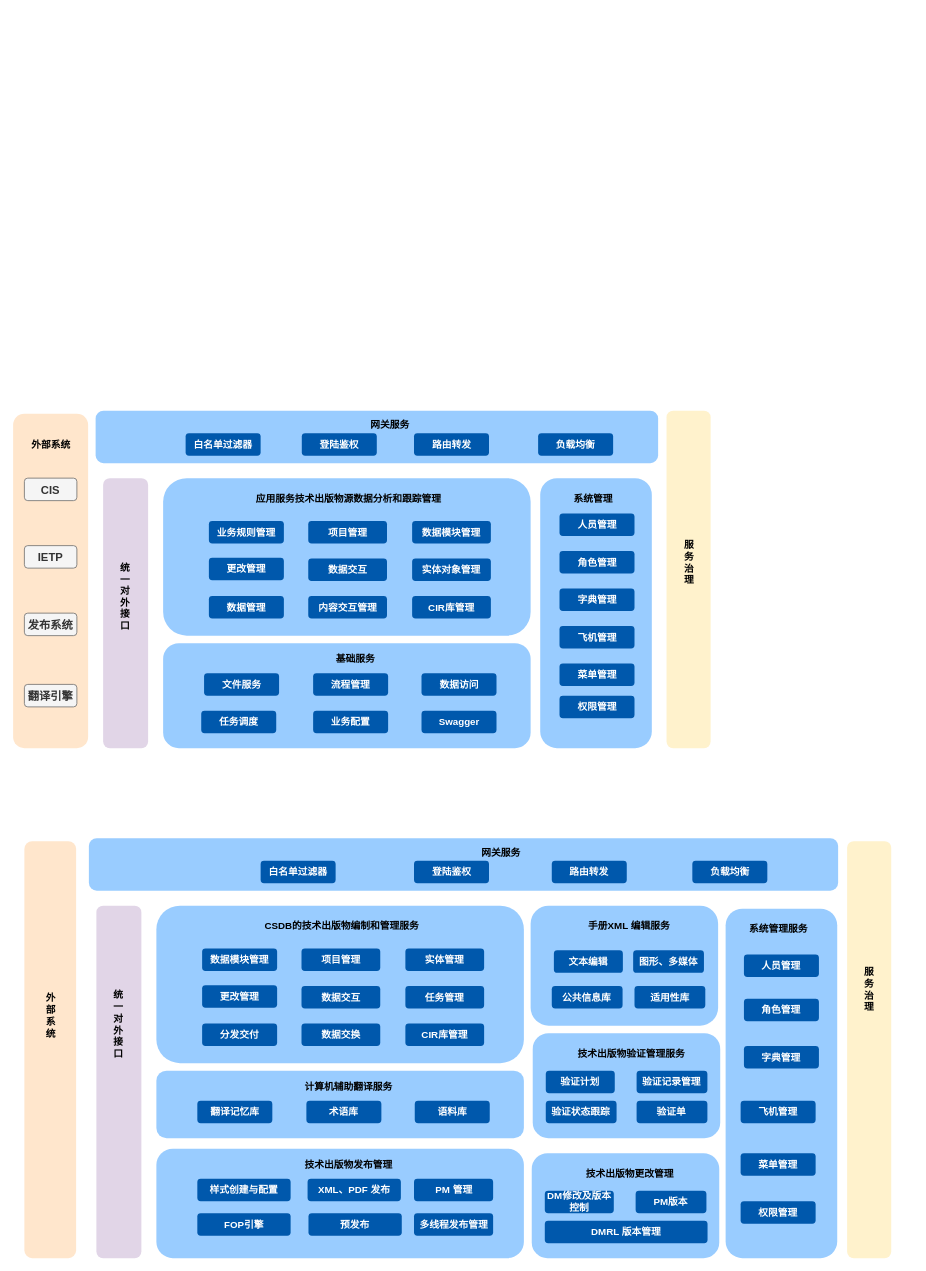
Before: 机载共性/机载共性应用架构.drawio in DemonHan/KuickBuy, a draw.io diagram. Source tidied: cells renumbered, new cells numbered last; positions are measured from the earlier drawing's top-left corner, leaving out a move shared by most shapes. Both pictures are drawn from the tidied source at 75%, with x=0, y=0 at pixel (13, 410).
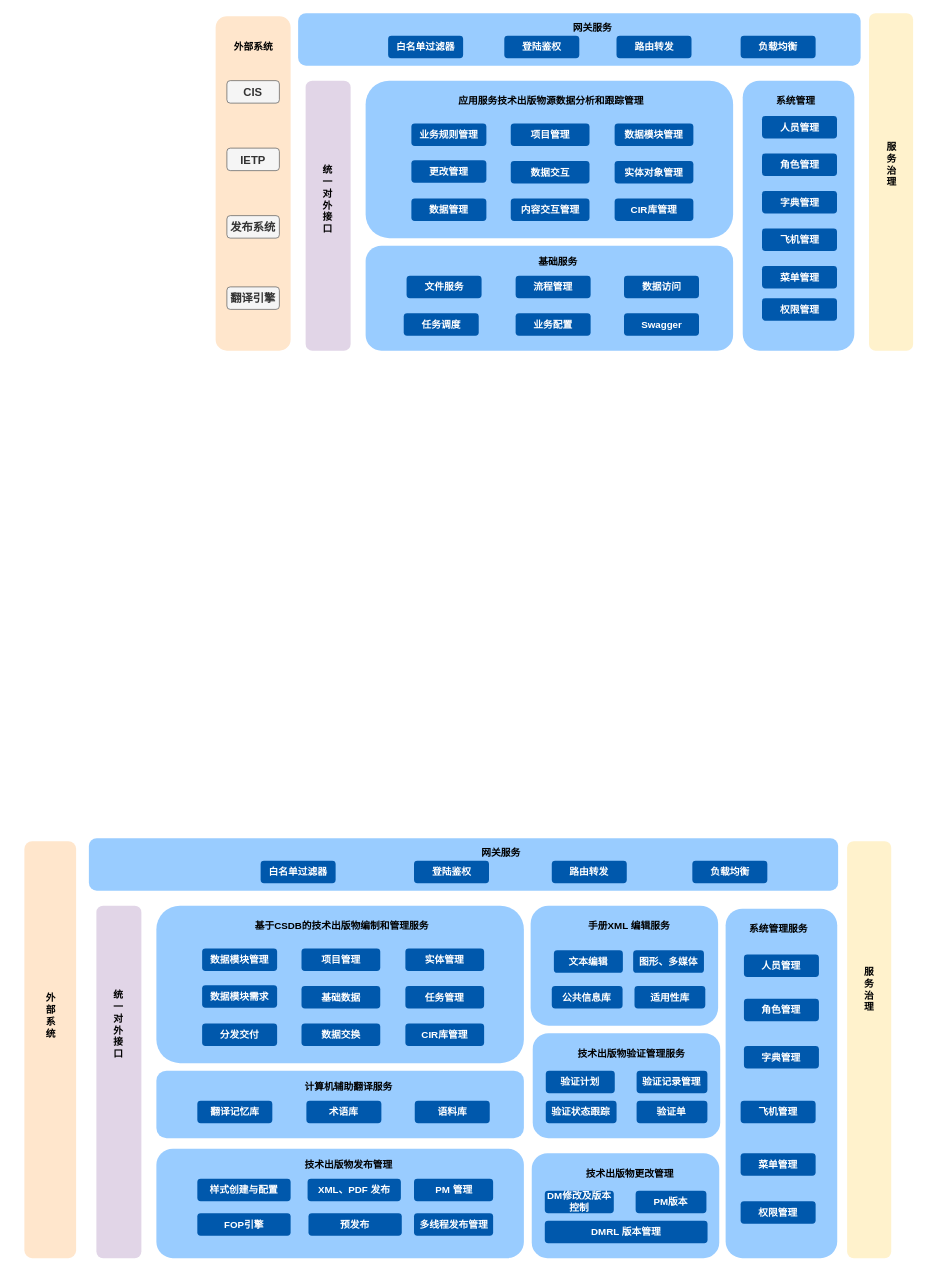
Above is the later version.

Commit message (it also covers changes not shown here):
更新机载共性应用架构.drawio

Change to the diagram source:
```diff
@@
     <mxCell id="2" style="rounded=1;whiteSpace=wrap;html=1;fillColor=#99CCFF;strokeColor=none;" parent="1" vertex="1">
-      <mxGeometry x="200" y="310" width="490" height="140" as="geometry" />
+      <mxGeometry x="470" y="-220" width="490" height="140" as="geometry" />
     </mxCell>
     <mxCell id="3" value="基础服务" style="text;html=1;align=center;verticalAlign=middle;strokeColor=none;fillColor=none;fontStyle=1;fontSize=13;" parent="1" vertex="1">
-      <mxGeometry x="416" y="316" width="80" height="30" as="geometry" />
+      <mxGeometry x="686" y="-214" width="80" height="30" as="geometry" />
     </mxCell>
     <mxCell id="4" value="文件服务" style="rounded=1;whiteSpace=wrap;html=1;fontStyle=1;fontSize=13;strokeColor=none;fillColor=#0058AC;fontColor=#FFFFFF;" parent="1" vertex="1">
-      <mxGeometry x="254.6" y="350" width="100" height="30" as="geometry" />
+      <mxGeometry x="524.6" y="-180" width="100" height="30" as="geometry" />
     </mxCell>
     <mxCell id="5" value="任务调度" style="rounded=1;whiteSpace=wrap;html=1;fontStyle=1;fontSize=13;strokeColor=none;fillColor=#0058AC;fontColor=#FFFFFF;" parent="1" vertex="1">
-      <mxGeometry x="250.8" y="400" width="100" height="30" as="geometry" />
+      <mxGeometry x="520.8" y="-130" width="100" height="30" as="geometry" />
     </mxCell>
     <mxCell id="6" value="数据访问" style="rounded=1;whiteSpace=wrap;html=1;fontStyle=1;fontSize=13;strokeColor=none;fillColor=#0058AC;fontColor=#FFFFFF;" parent="1" vertex="1">
-      <mxGeometry x="544.5" y="350" width="100" height="30" as="geometry" />
+      <mxGeometry x="814.5" y="-180" width="100" height="30" as="geometry" />
     </mxCell>
     <mxCell id="7" value="流程管理" style="rounded=1;whiteSpace=wrap;html=1;fontStyle=1;fontSize=13;strokeColor=none;fillColor=#0058AC;fontColor=#FFFFFF;" parent="1" vertex="1">
-      <mxGeometry x="400" y="350" width="100" height="30" as="geometry" />
+      <mxGeometry x="670" y="-180" width="100" height="30" as="geometry" />
     </mxCell>
     <mxCell id="8" value="业务配置" style="rounded=1;whiteSpace=wrap;html=1;fontStyle=1;fontSize=13;strokeColor=none;fillColor=#0058AC;fontColor=#FFFFFF;" parent="1" vertex="1">
-      <mxGeometry x="400" y="400" width="100" height="30" as="geometry" />
+      <mxGeometry x="670" y="-130" width="100" height="30" as="geometry" />
     </mxCell>
     <mxCell id="9" value="Swagger" style="rounded=1;whiteSpace=wrap;html=1;fontStyle=1;fontSize=13;strokeColor=none;fillColor=#0058AC;fontColor=#FFFFFF;" parent="1" vertex="1">
-      <mxGeometry x="544.5" y="400" width="100" height="30" as="geometry" />
+      <mxGeometry x="814.5" y="-130" width="100" height="30" as="geometry" />
     </mxCell>
     <mxCell id="10" style="rounded=1;whiteSpace=wrap;html=1;fillColor=#99CCFF;strokeColor=none;" parent="1" vertex="1">
-      <mxGeometry x="702.8" y="90" width="148.8" height="360" as="geometry" />
+      <mxGeometry x="972.8" y="-440" width="148.8" height="360" as="geometry" />
     </mxCell>
     <mxCell id="11" value="系统管理" style="text;html=1;align=center;verticalAlign=middle;strokeColor=none;fillColor=none;fontStyle=1;fontSize=13;" parent="1" vertex="1">
-      <mxGeometry x="733" y="102" width="80" height="30" as="geometry" />
+      <mxGeometry x="1003" y="-428" width="80" height="30" as="geometry" />
     </mxCell>
     <mxCell id="12" value="人员管理" style="rounded=1;whiteSpace=wrap;html=1;fontStyle=1;fontSize=13;strokeColor=none;fillColor=#0058AC;fontColor=#FFFFFF;" parent="1" vertex="1">
-      <mxGeometry x="728.5" y="137" width="100" height="30" as="geometry" />
+      <mxGeometry x="998.5" y="-393" width="100" height="30" as="geometry" />
     </mxCell>
     <mxCell id="13" value="角色管理" style="rounded=1;whiteSpace=wrap;html=1;fontStyle=1;fontSize=13;strokeColor=none;fillColor=#0058AC;fontColor=#FFFFFF;" parent="1" vertex="1">
-      <mxGeometry x="728.5" y="187" width="100" height="30" as="geometry" />
+      <mxGeometry x="998.5" y="-343" width="100" height="30" as="geometry" />
     </mxCell>
     <mxCell id="14" value="字典管理" style="rounded=1;whiteSpace=wrap;html=1;fontStyle=1;fontSize=13;strokeColor=none;fillColor=#0058AC;fontColor=#FFFFFF;" parent="1" vertex="1">
-      <mxGeometry x="728.5" y="237" width="100" height="30" as="geometry" />
+      <mxGeometry x="998.5" y="-293" width="100" height="30" as="geometry" />
     </mxCell>
     <mxCell id="15" value="飞机管理" style="rounded=1;whiteSpace=wrap;html=1;fontStyle=1;fontSize=13;strokeColor=none;fillColor=#0058AC;fontColor=#FFFFFF;" parent="1" vertex="1">
-      <mxGeometry x="728.5" y="287" width="100" height="30" as="geometry" />
+      <mxGeometry x="998.5" y="-243" width="100" height="30" as="geometry" />
     </mxCell>
     <mxCell id="16" value="菜单管理" style="rounded=1;whiteSpace=wrap;html=1;fontStyle=1;fontSize=13;strokeColor=none;fillColor=#0058AC;fontColor=#FFFFFF;" parent="1" vertex="1">
-      <mxGeometry x="728.5" y="337" width="100" height="30" as="geometry" />
+      <mxGeometry x="998.5" y="-193" width="100" height="30" as="geometry" />
     </mxCell>
     <mxCell id="17" value="权限管理" style="rounded=1;whiteSpace=wrap;html=1;fontStyle=1;fontSize=13;strokeColor=none;fillColor=#0058AC;fontColor=#FFFFFF;" parent="1" vertex="1">
-      <mxGeometry x="728.5" y="380" width="100" height="30" as="geometry" />
+      <mxGeometry x="998.5" y="-150" width="100" height="30" as="geometry" />
     </mxCell>
     <mxCell id="18" style="rounded=1;whiteSpace=wrap;html=1;fillColor=#99CCFF;strokeColor=none;" parent="1" vertex="1">
-      <mxGeometry x="200" y="90" width="490" height="210" as="geometry" />
+      <mxGeometry x="470" y="-440" width="490" height="210" as="geometry" />
     </mxCell>
     <mxCell id="19" value="业务规则管理" style="rounded=1;whiteSpace=wrap;html=1;fontStyle=1;fontSize=13;strokeColor=none;fillColor=#0058AC;fontColor=#FFFFFF;" parent="1" vertex="1">
-      <mxGeometry x="261" y="147" width="100" height="30" as="geometry" />
+      <mxGeometry x="531" y="-383" width="100" height="30" as="geometry" />
     </mxCell>
     <mxCell id="20" value="更改管理" style="rounded=1;whiteSpace=wrap;html=1;fontStyle=1;fontSize=13;strokeColor=none;fillColor=#0058AC;fontColor=#FFFFFF;" parent="1" vertex="1">
-      <mxGeometry x="261" y="196" width="100" height="30" as="geometry" />
+      <mxGeometry x="531" y="-334" width="100" height="30" as="geometry" />
     </mxCell>
     <mxCell id="21" value="数据管理" style="rounded=1;whiteSpace=wrap;html=1;fontStyle=1;fontSize=13;strokeColor=none;fillColor=#0058AC;fontColor=#FFFFFF;" parent="1" vertex="1">
-      <mxGeometry x="261" y="247" width="100" height="30" as="geometry" />
+      <mxGeometry x="531" y="-283" width="100" height="30" as="geometry" />
     </mxCell>
     <mxCell id="22" value="项目管理" style="rounded=1;whiteSpace=wrap;html=1;fontStyle=1;fontSize=13;strokeColor=none;fillColor=#0058AC;fontColor=#FFFFFF;" parent="1" vertex="1">
-      <mxGeometry x="393.5" y="147" width="105" height="30" as="geometry" />
+      <mxGeometry x="663.5" y="-383" width="105" height="30" as="geometry" />
     </mxCell>
     <mxCell id="23" value="数据交互" style="rounded=1;whiteSpace=wrap;html=1;fontStyle=1;fontSize=13;strokeColor=none;fillColor=#0058AC;fontColor=#FFFFFF;" parent="1" vertex="1">
-      <mxGeometry x="393.5" y="197" width="105" height="30" as="geometry" />
+      <mxGeometry x="663.5" y="-333" width="105" height="30" as="geometry" />
     </mxCell>
     <mxCell id="24" value="内容交互管理" style="rounded=1;whiteSpace=wrap;html=1;fontStyle=1;fontSize=13;strokeColor=none;fillColor=#0058AC;fontColor=#FFFFFF;" parent="1" vertex="1">
-      <mxGeometry x="393.5" y="247" width="105" height="30" as="geometry" />
+      <mxGeometry x="663.5" y="-283" width="105" height="30" as="geometry" />
     </mxCell>
     <mxCell id="25" value="数据模块管理" style="rounded=1;whiteSpace=wrap;html=1;fontStyle=1;fontSize=13;strokeColor=none;fillColor=#0058AC;fontColor=#FFFFFF;" parent="1" vertex="1">
-      <mxGeometry x="532" y="147" width="105" height="30" as="geometry" />
+      <mxGeometry x="802" y="-383" width="105" height="30" as="geometry" />
     </mxCell>
     <mxCell id="26" value="实体对象管理" style="rounded=1;whiteSpace=wrap;html=1;fontStyle=1;fontSize=13;strokeColor=none;fillColor=#0058AC;fontColor=#FFFFFF;" parent="1" vertex="1">
-      <mxGeometry x="532" y="197" width="105" height="30" as="geometry" />
+      <mxGeometry x="802" y="-333" width="105" height="30" as="geometry" />
     </mxCell>
     <mxCell id="27" value="CIR库管理" style="rounded=1;whiteSpace=wrap;html=1;fontStyle=1;fontSize=13;strokeColor=none;fillColor=#0058AC;fontColor=#FFFFFF;" parent="1" vertex="1">
-      <mxGeometry x="532" y="247" width="105" height="30" as="geometry" />
+      <mxGeometry x="802" y="-283" width="105" height="30" as="geometry" />
     </mxCell>
     <mxCell id="28" value="应用服务技术出版物源数据分析和跟踪管理" style="text;html=1;align=center;verticalAlign=middle;strokeColor=none;fillColor=none;fontStyle=1;fontSize=13;" parent="1" vertex="1">
-      <mxGeometry x="312.2" y="102" width="270" height="30" as="geometry" />
+      <mxGeometry x="582.2" y="-428" width="270" height="30" as="geometry" />
     </mxCell>
     <mxCell id="29" style="rounded=1;whiteSpace=wrap;html=1;fillColor=#99CCFF;strokeColor=none;" parent="1" vertex="1">
-      <mxGeometry x="110" width="750" height="70" as="geometry" />
+      <mxGeometry x="380" y="-530" width="750" height="70" as="geometry" />
     </mxCell>
     <mxCell id="30" value="网关服务" style="text;html=1;align=center;verticalAlign=middle;strokeColor=none;fillColor=none;fontStyle=1;fontSize=13;" parent="1" vertex="1">
-      <mxGeometry x="461.9" y="4" width="80" height="30" as="geometry" />
+      <mxGeometry x="731.9" y="-526" width="80" height="30" as="geometry" />
     </mxCell>
     <mxCell id="31" value="白名单过滤器" style="rounded=1;whiteSpace=wrap;html=1;fontStyle=1;fontSize=13;strokeColor=none;fillColor=#0058AC;fontColor=#FFFFFF;" parent="1" vertex="1">
-      <mxGeometry x="230" y="30" width="100" height="30" as="geometry" />
+      <mxGeometry x="500" y="-500" width="100" height="30" as="geometry" />
     </mxCell>
     <mxCell id="32" value="登陆鉴权" style="rounded=1;whiteSpace=wrap;html=1;fontStyle=1;fontSize=13;strokeColor=none;fillColor=#0058AC;fontColor=#FFFFFF;" parent="1" vertex="1">
-      <mxGeometry x="384.9" y="30" width="100" height="30" as="geometry" />
+      <mxGeometry x="654.9" y="-500" width="100" height="30" as="geometry" />
     </mxCell>
     <mxCell id="33" value="路由转发" style="rounded=1;whiteSpace=wrap;html=1;fontStyle=1;fontSize=13;strokeColor=none;fillColor=#0058AC;fontColor=#FFFFFF;" parent="1" vertex="1">
-      <mxGeometry x="534.5" y="30" width="100" height="30" as="geometry" />
+      <mxGeometry x="804.5" y="-500" width="100" height="30" as="geometry" />
     </mxCell>
     <mxCell id="34" value="负载均衡" style="rounded=1;whiteSpace=wrap;html=1;fontStyle=1;fontSize=13;strokeColor=none;fillColor=#0058AC;fontColor=#FFFFFF;" parent="1" vertex="1">
-      <mxGeometry x="700" y="30" width="100" height="30" as="geometry" />
+      <mxGeometry x="970" y="-500" width="100" height="30" as="geometry" />
     </mxCell>
     <mxCell id="35" style="rounded=1;whiteSpace=wrap;html=1;fillColor=#e1d5e7;strokeColor=none;" parent="1" vertex="1">
-      <mxGeometry x="120" y="90" width="60" height="360" as="geometry" />
+      <mxGeometry x="390" y="-440" width="60" height="360" as="geometry" />
     </mxCell>
     <mxCell id="36" value="统&lt;div&gt;一&lt;/div&gt;&lt;div&gt;对&lt;/div&gt;&lt;div&gt;外&lt;/div&gt;&lt;div&gt;接&lt;/div&gt;&lt;div&gt;口&lt;/div&gt;&lt;div&gt;&lt;br&gt;&lt;/div&gt;" style="text;html=1;align=center;verticalAlign=middle;strokeColor=none;fillColor=none;fontStyle=1;fontSize=13;" parent="1" vertex="1">
-      <mxGeometry x="128.8" y="196" width="40" height="120" as="geometry" />
+      <mxGeometry x="398.8" y="-334" width="40" height="120" as="geometry" />
     </mxCell>
     <mxCell id="37" style="rounded=1;whiteSpace=wrap;html=1;fillColor=#fff2cc;strokeColor=none;" parent="1" vertex="1">
-      <mxGeometry x="871.2" width="58.8" height="450" as="geometry" />
+      <mxGeometry x="1141.2" y="-530" width="58.8" height="450" as="geometry" />
     </mxCell>
     <mxCell id="38" value="服&lt;div&gt;务&lt;/div&gt;&lt;div&gt;治&lt;/div&gt;&lt;div&gt;理&lt;/div&gt;" style="text;html=1;align=center;verticalAlign=middle;strokeColor=none;fillColor=none;fontStyle=1;fontSize=13;" parent="1" vertex="1">
-      <mxGeometry x="880.6" y="162" width="40" height="80" as="geometry" />
+      <mxGeometry x="1150.6" y="-368" width="40" height="80" as="geometry" />
     </mxCell>
     <mxCell id="39" style="rounded=1;whiteSpace=wrap;html=1;fillColor=#ffe6cc;strokeColor=none;" parent="1" vertex="1">
-      <mxGeometry y="4" width="100" height="446" as="geometry" />
+      <mxGeometry x="270" y="-526" width="100" height="446" as="geometry" />
     </mxCell>
     <mxCell id="40" value="外部系统" style="text;html=1;align=center;verticalAlign=middle;strokeColor=none;fillColor=none;fontStyle=1;fontSize=13;" parent="1" vertex="1">
-      <mxGeometry x="10" y="30" width="80" height="30" as="geometry" />
+      <mxGeometry x="280" y="-500" width="80" height="30" as="geometry" />
     </mxCell>
     <mxCell id="41" value="CIS" style="rounded=1;whiteSpace=wrap;html=1;fontStyle=1;fontSize=15;strokeColor=#666666;fillColor=#f5f5f5;fontColor=#333333;" parent="1" vertex="1">
-      <mxGeometry x="15" y="90" width="70" height="30" as="geometry" />
+      <mxGeometry x="285" y="-440" width="70" height="30" as="geometry" />
     </mxCell>
     <mxCell id="42" value="IETP" style="rounded=1;whiteSpace=wrap;html=1;fontStyle=1;fontSize=15;strokeColor=#666666;fillColor=#f5f5f5;fontColor=#333333;" parent="1" vertex="1">
-      <mxGeometry x="15" y="180" width="70" height="30" as="geometry" />
+      <mxGeometry x="285" y="-350" width="70" height="30" as="geometry" />
     </mxCell>
     <mxCell id="43" value="发布系统" style="rounded=1;whiteSpace=wrap;html=1;fontStyle=1;fontSize=15;strokeColor=#666666;fillColor=#f5f5f5;fontColor=#333333;" parent="1" vertex="1">
-      <mxGeometry x="15" y="270" width="70" height="30" as="geometry" />
+      <mxGeometry x="285" y="-260" width="70" height="30" as="geometry" />
     </mxCell>
     <mxCell id="44" value="翻译引擎" style="rounded=1;whiteSpace=wrap;html=1;fontStyle=1;fontSize=15;strokeColor=#666666;fillColor=#f5f5f5;fontColor=#333333;" parent="1" vertex="1">
-      <mxGeometry x="15" y="365" width="70" height="30" as="geometry" />
+      <mxGeometry x="285" y="-165" width="70" height="30" as="geometry" />
     </mxCell>
@@
-    <mxCell id="60" value="更改管理" style="rounded=1;whiteSpace=wrap;html=1;fontStyle=1;fontSize=13;strokeColor=none;fillColor=#0058AC;fontColor=#FFFFFF;" parent="1" vertex="1">
+    <mxCell id="60" value="数据模块需求" style="rounded=1;whiteSpace=wrap;html=1;fontStyle=1;fontSize=13;strokeColor=none;fillColor=#0058AC;fontColor=#FFFFFF;" parent="1" vertex="1">
       <mxGeometry x="252" y="766" width="100" height="30" as="geometry" />
     </mxCell>
@@
-    <mxCell id="63" value="数据交互" style="rounded=1;whiteSpace=wrap;html=1;fontStyle=1;fontSize=13;strokeColor=none;fillColor=#0058AC;fontColor=#FFFFFF;" parent="1" vertex="1">
+    <mxCell id="63" value="基础数据" style="rounded=1;whiteSpace=wrap;html=1;fontStyle=1;fontSize=13;strokeColor=none;fillColor=#0058AC;fontColor=#FFFFFF;" parent="1" vertex="1">
       <mxGeometry x="384.5" y="767" width="105" height="30" as="geometry" />
     </mxCell>
@@
-    <mxCell id="68" value="CSDB的技术出版物编制和管理服务" style="text;html=1;align=center;verticalAlign=middle;strokeColor=none;fillColor=none;fontStyle=1;fontSize=13;" parent="1" vertex="1">
-      <mxGeometry x="323.2" y="672" width="230" height="30" as="geometry" />
+    <mxCell id="68" value="基于CSDB的技术出版物编制和管理服务" style="text;html=1;align=center;verticalAlign=middle;strokeColor=none;fillColor=none;fontStyle=1;fontSize=13;" parent="1" vertex="1">
+      <mxGeometry x="313.2" y="672" width="250" height="30" as="geometry" />
     </mxCell>
```
